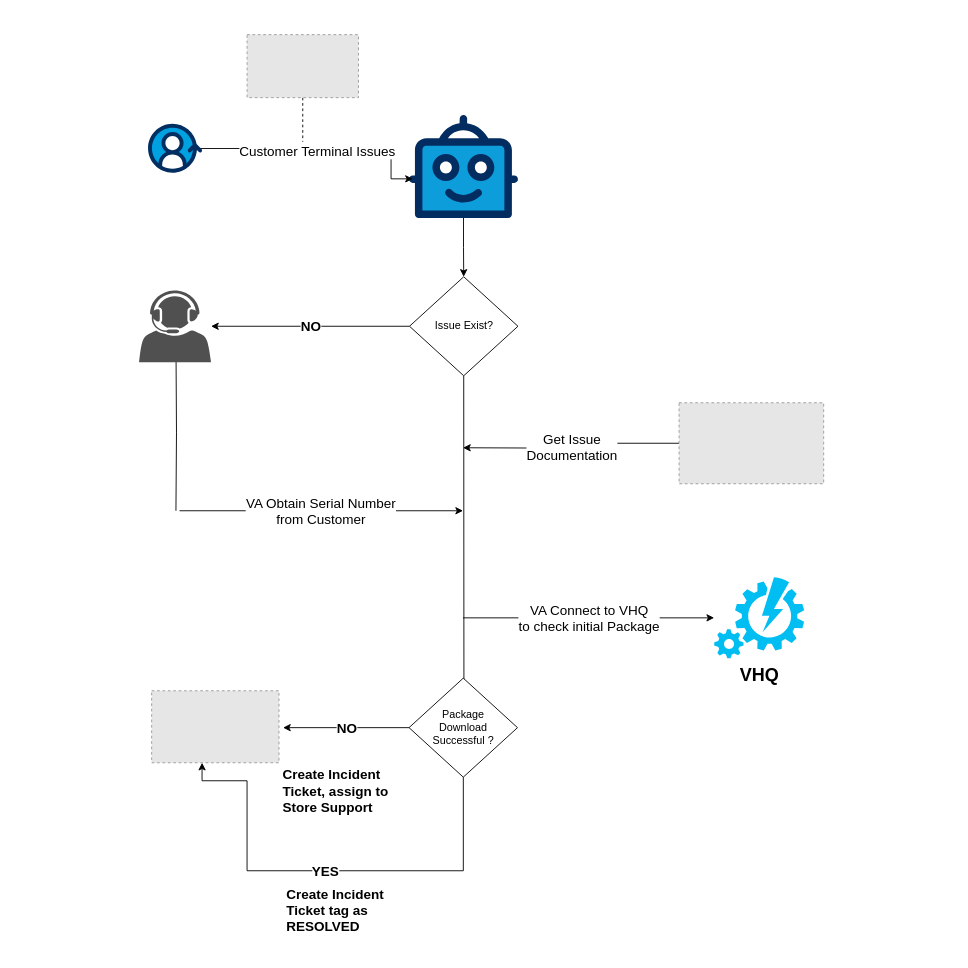
Before: GAP.drawio in jokgarcia143/complan, a draw.io diagram. Source tidied: cells renumbered, new cells numbered last; positions are measured from the earlier drawing's top-left corner, leaving out a move shared by most shapes. Both pictures are drawn from the tidied source at 90%, with x=0, y=0 at pixel (139, 34). Pictures stored in the file or linked from it are replaced by grey dashed boxes.
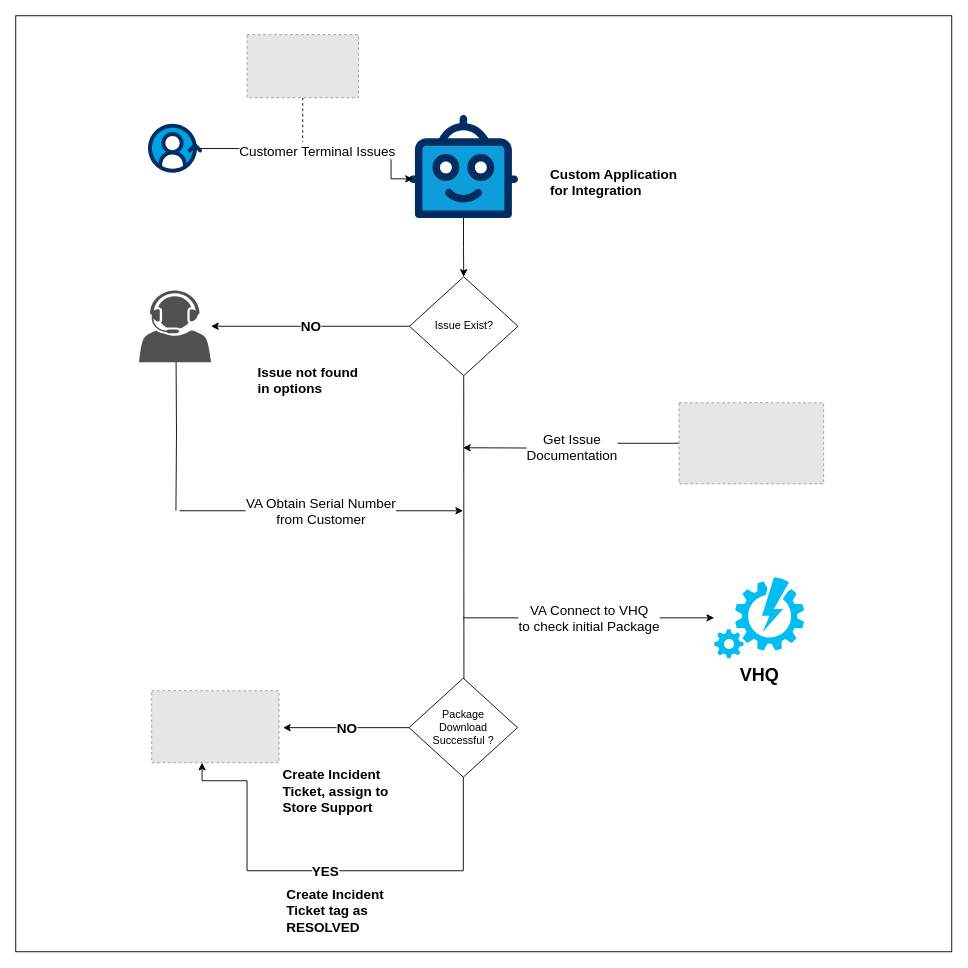
After the change.

What changed in the source:
```diff
@@
+    <mxCell id="24" style="whiteSpace=wrap;html=1;" parent="1" vertex="1">
+      <mxGeometry x="-137" y="-21" width="1040" height="1040" as="geometry" />
+    </mxCell>
@@
+    <mxCell id="25" value="&lt;font style=&quot;font-size: 15px;&quot;&gt;&lt;b&gt;Custom Application for Integration&lt;/b&gt;&lt;/font&gt;" style="text;html=1;strokeColor=none;fillColor=none;align=left;verticalAlign=middle;whiteSpace=wrap;rounded=0;" parent="1" vertex="1">
+      <mxGeometry x="455" y="149" width="160" height="30" as="geometry" />
+    </mxCell>
+    <mxCell id="26" value="&lt;font style=&quot;font-size: 15px;&quot;&gt;&lt;b&gt;Issue not found in options&lt;/b&gt;&lt;/font&gt;" style="text;html=1;strokeColor=none;fillColor=none;align=left;verticalAlign=middle;whiteSpace=wrap;rounded=0;" parent="1" vertex="1">
+      <mxGeometry x="130" y="369" width="120" height="30" as="geometry" />
+    </mxCell>
```
